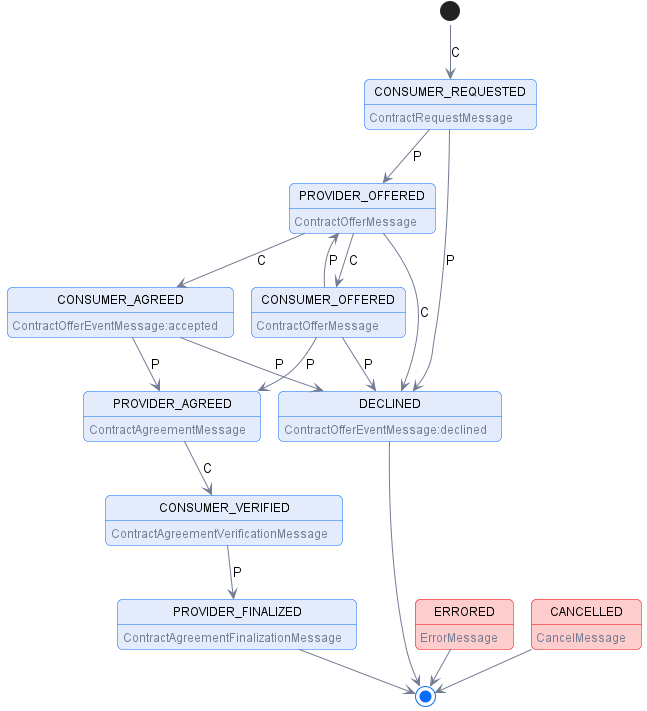
Earlier version of the PlantUML export Specifications/negotiation/contract.negotiation.state.machine.png (International-Data-Spaces-Association/IDS-G). Source of this version:
```plantuml
@startuml "hub-request-processing"
!pragma layout smetana

!include ../diagrams/diagram.styles.puml

hide empty description

state CONSUMER_REQUESTED: <color:$darkGray>ContractRequestMessage
state PROVIDER_OFFERED: <color:$darkGray>ContractOfferMessage
state CONSUMER_OFFERED: <color:$darkGray>ContractOfferMessage
state CONSUMER_AGREED: <color:$darkGray>ContractOfferEventMessage:accepted
state PROVIDER_AGREED: <color:$darkGray>ContractAgreementMessage
state CONSUMER_VERIFIED: <color:$darkGray>ContractAgreementVerificationMessage
state PROVIDER_FINALIZED: <color:$darkGray>ContractAgreementFinalizationMessage
state DECLINED:  <color:$darkGray>ContractOfferEventMessage:declined

state ERRORED $lightRed #$borderRed : <color:$darkGray>ErrorMessage
state CANCELLED $lightRed #$borderRed:  <color:$darkGray>CancelMessage

[*] --> CONSUMER_REQUESTED: C
CONSUMER_REQUESTED -->  PROVIDER_OFFERED: P
CONSUMER_REQUESTED -->  DECLINED: P

PROVIDER_OFFERED -->  CONSUMER_OFFERED: C
PROVIDER_OFFERED -->  CONSUMER_AGREED: C
PROVIDER_OFFERED -->  DECLINED: C

CONSUMER_OFFERED -->  PROVIDER_OFFERED: P
CONSUMER_OFFERED -->  DECLINED: P
CONSUMER_OFFERED -->  PROVIDER_AGREED: P

CONSUMER_AGREED --> PROVIDER_AGREED: P
CONSUMER_AGREED --> DECLINED: P

PROVIDER_AGREED --> CONSUMER_VERIFIED: C

CONSUMER_VERIFIED --> PROVIDER_FINALIZED: P

PROVIDER_FINALIZED -->[*]
ERRORED --> [*]
CANCELLED --> [*]
DECLINED --> [*]

@enduml
```
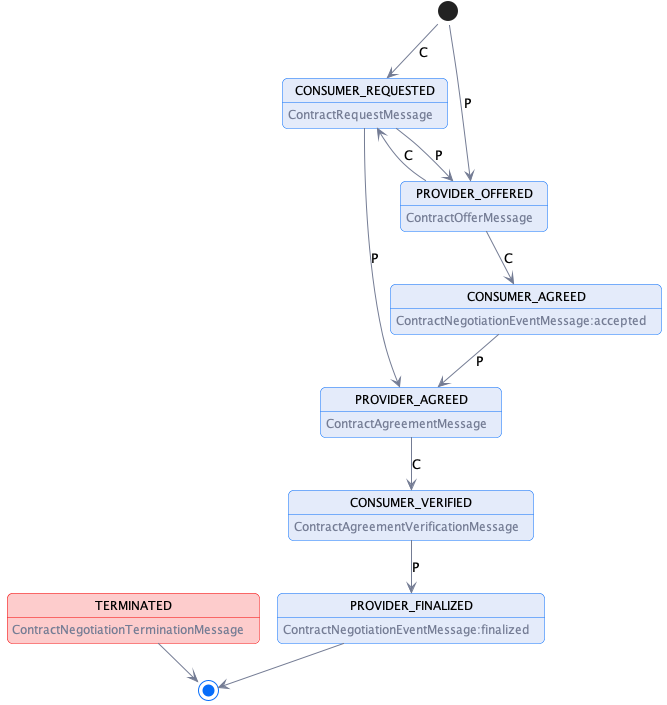
Later version of the same file.

Commit message:
chore: update contract negotiation states and messages

Diff of the diagram source:
```diff
@@ -7,38 +7,27 @@
 
 state CONSUMER_REQUESTED: <color:$darkGray>ContractRequestMessage
 state PROVIDER_OFFERED: <color:$darkGray>ContractOfferMessage
-state CONSUMER_OFFERED: <color:$darkGray>ContractOfferMessage
-state CONSUMER_AGREED: <color:$darkGray>ContractOfferEventMessage:accepted
+state CONSUMER_AGREED: <color:$darkGray>ContractNegotiationEventMessage:accepted
 state PROVIDER_AGREED: <color:$darkGray>ContractAgreementMessage
 state CONSUMER_VERIFIED: <color:$darkGray>ContractAgreementVerificationMessage
-state PROVIDER_FINALIZED: <color:$darkGray>ContractAgreementFinalizationMessage
-state DECLINED:  <color:$darkGray>ContractOfferEventMessage:declined
+state PROVIDER_FINALIZED: <color:$darkGray>ContractNegotiationEventMessage:finalized
 
-state ERRORED $lightRed #$borderRed : <color:$darkGray>ErrorMessage
-state CANCELLED $lightRed #$borderRed:  <color:$darkGray>CancelMessage
+state TERMINATED $lightRed #$borderRed:  <color:$darkGray>ContractNegotiationTerminationMessage
 
 [*] --> CONSUMER_REQUESTED: C
 CONSUMER_REQUESTED -->  PROVIDER_OFFERED: P
-CONSUMER_REQUESTED -->  DECLINED: P
+CONSUMER_REQUESTED -->  PROVIDER_AGREED: P
 
-PROVIDER_OFFERED -->  CONSUMER_OFFERED: C
+[*] --> PROVIDER_OFFERED: P
+PROVIDER_OFFERED -->  CONSUMER_REQUESTED: C
 PROVIDER_OFFERED -->  CONSUMER_AGREED: C
-PROVIDER_OFFERED -->  DECLINED: C
-
-CONSUMER_OFFERED -->  PROVIDER_OFFERED: P
-CONSUMER_OFFERED -->  DECLINED: P
-CONSUMER_OFFERED -->  PROVIDER_AGREED: P
-
 CONSUMER_AGREED --> PROVIDER_AGREED: P
-CONSUMER_AGREED --> DECLINED: P
 
 PROVIDER_AGREED --> CONSUMER_VERIFIED: C
 
 CONSUMER_VERIFIED --> PROVIDER_FINALIZED: P
 
 PROVIDER_FINALIZED -->[*]
-ERRORED --> [*]
-CANCELLED --> [*]
-DECLINED --> [*]
+TERMINATED --> [*]
 
 @enduml
```
